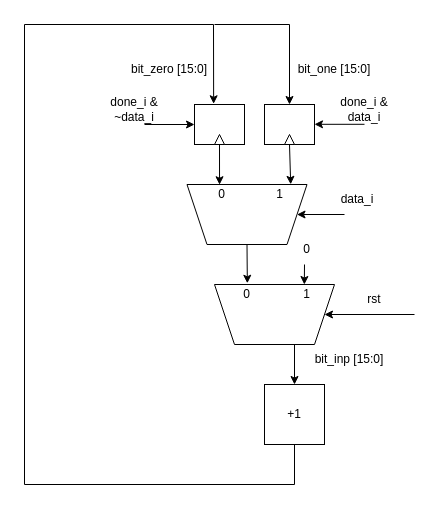
Above: Draw/MRELBP_CIModules/ZeroOneCounter.drawio in Hieuueihm/Thesis (draw.io), before the change. Source tidied: cells renumbered, new cells numbered last; positions are measured from the earlier drawing's top-left corner, leaving out a move shared by most shapes. Both pictures are drawn from the tidied source at 100%, with x=0, y=0 at pixel (24, 24).
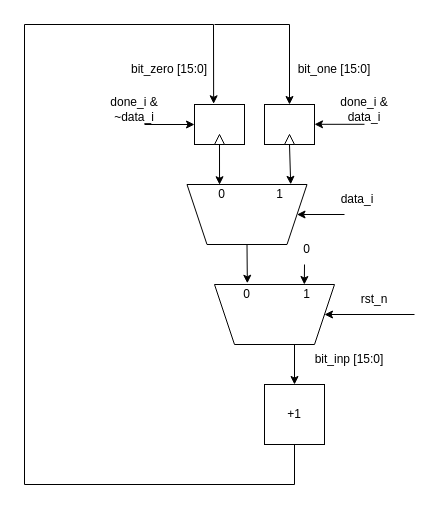
The same page after the edit.

What changed in the source:
```diff
@@
-    <mxCell id="10" value="rst" style="text;html=1;align=center;verticalAlign=middle;whiteSpace=wrap;rounded=0;" parent="1" vertex="1">
+    <mxCell id="10" value="rst_n" style="text;html=1;align=center;verticalAlign=middle;whiteSpace=wrap;rounded=0;" parent="1" vertex="1">
       <mxGeometry x="320" y="260" width="60" height="30" as="geometry" />
     </mxCell>
```
